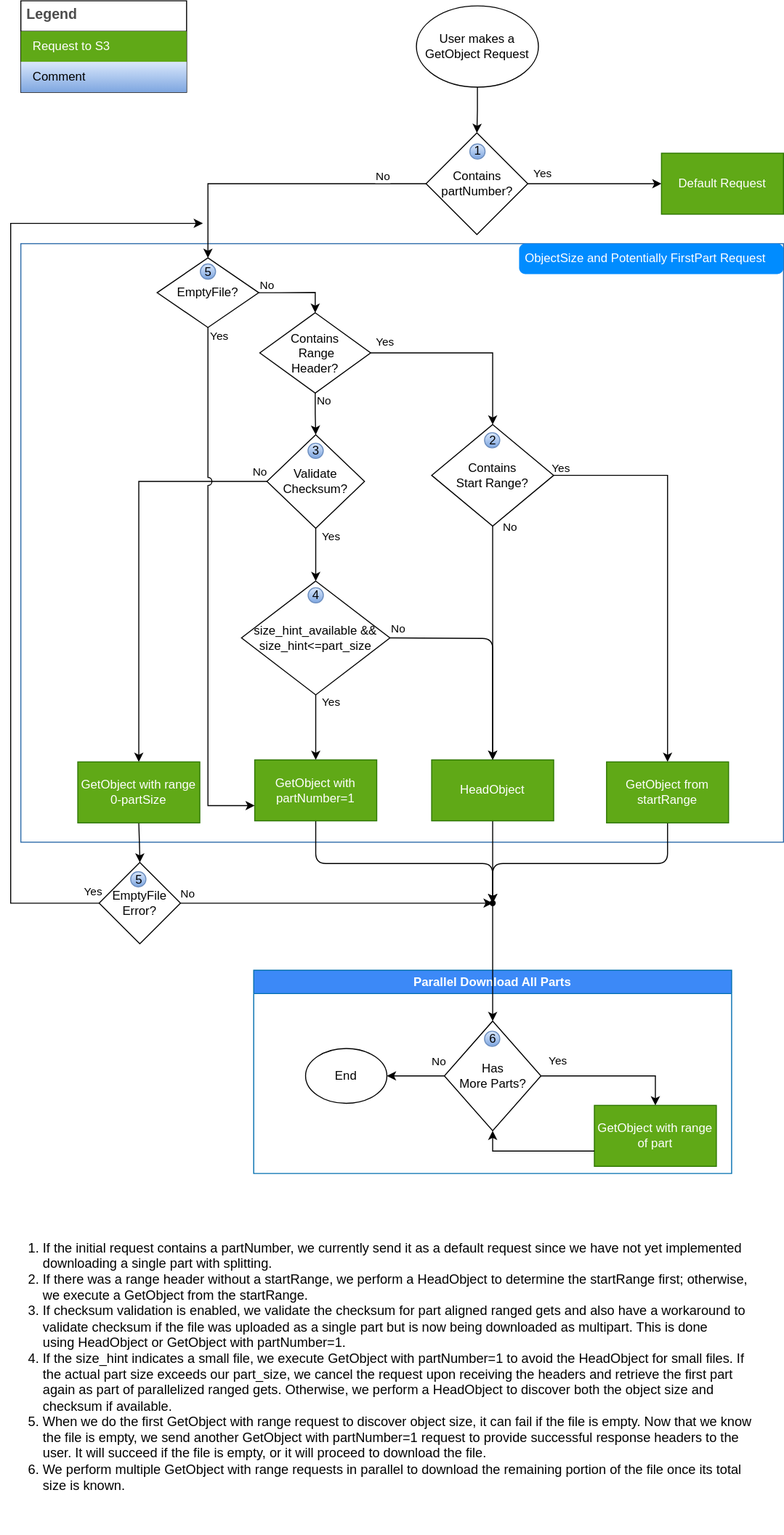
awslabs/aws-c-s3 keeps this draw.io diagram as docs/images/GetObjectFlow.svg. Above is the earlier version. Source tidied: cells renumbered, new cells last; positions are measured from the earlier drawing's top-left corner, leaving out a move shared by most shapes.
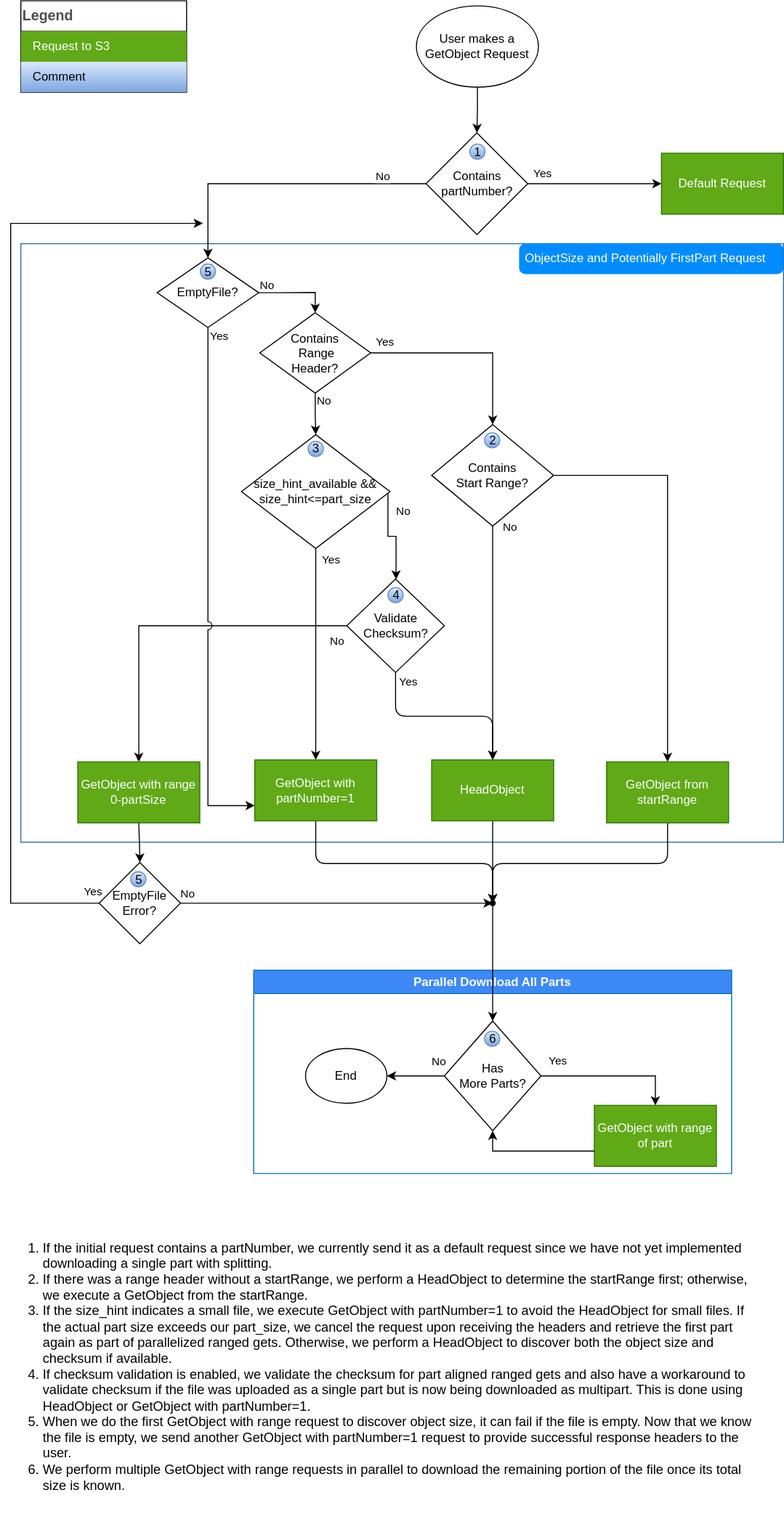
Above is the later version.

Commit message:
fix(auto-ranged-get): honor object_size_hint (#644)

Change to the diagram source:
```diff
@@ -10,2 +10,8 @@
     </mxCell>
+    <mxCell id="72" value="Validate Checksum?" style="rhombus;whiteSpace=wrap;html=1;" parent="2" vertex="1">
+      <mxGeometry x="320.5" y="330" width="96" height="92" as="geometry" />
+    </mxCell>
+    <mxCell id="73" value="4" style="shape=ellipse;fillColor=#dae8fc;strokeColor=#6c8ebf;html=1;gradientColor=#7ea6e0;" parent="2" vertex="1">
+      <mxGeometry x="361" y="338.4" width="15" height="15" as="geometry" />
+    </mxCell>
     <mxCell id="4" style="edgeStyle=orthogonalEdgeStyle;rounded=0;jettySize=auto;html=1;entryX=0.5;entryY=0;entryDx=0;entryDy=0;exitX=0.5;exitY=1;exitDx=0;exitDy=0;" parent="1" edge="1" source="5" target="40">
@@ -24,3 +30,3 @@
     </mxCell>
-    <mxCell id="8" value="Default Request" style="rounded=0;whiteSpace=wrap;html=1;fillColor=#60a917;strokeColor=#2D7600;fontColor=#ffffff;enumerate=0;enumerateValue=1;" parent="1" vertex="1">
+    <mxCell id="8" value="Default Request" style="rounded=0;whiteSpace=wrap;html=1;fillColor=#60a917;strokeColor=#2D7600;fontColor=#ffffff;" parent="1" vertex="1">
       <mxGeometry x="650" y="150" width="120" height="60" as="geometry" />
@@ -35,6 +41,13 @@
     </mxCell>
-    <mxCell id="11" style="edgeStyle=orthogonalEdgeStyle;rounded=0;jettySize=auto;html=1;" parent="1" edge="1" source="72" target="69">
-      <mxGeometry relative="1" as="geometry" />
+    <mxCell id="11" style="edgeStyle=orthogonalEdgeStyle;rounded=0;jettySize=auto;html=1;" parent="1" edge="1" target="72">
+      <mxGeometry relative="1" as="geometry">
+        <mxPoint x="380" y="483" as="sourcePoint" />
+        <Array as="points">
+          <mxPoint x="381" y="483" />
+          <mxPoint x="381" y="527" />
+          <mxPoint x="389" y="527" />
+        </Array>
+      </mxGeometry>
     </mxCell>
-    <mxCell id="12" value="Yes" style="edgeLabel;html=1;align=center;verticalAlign=middle;" parent="11" vertex="1">
+    <mxCell id="12" value="No" style="edgeLabel;html=1;align=center;verticalAlign=middle;" parent="11" vertex="1">
       <mxGeometry x="-0.48" y="2" relative="1" as="geometry">
@@ -51,7 +64,2 @@
     </mxCell>
-    <mxCell id="15" value="Yes" style="edgeLabel;html=1;align=center;verticalAlign=middle;" parent="13" vertex="1">
-      <mxGeometry x="-0.93" y="1" relative="1" as="geometry">
-        <mxPoint x="-7" y="-7" as="offset" />
-      </mxGeometry>
-    </mxCell>
     <mxCell id="16" style="edgeStyle=orthogonalEdgeStyle;rounded=0;jettySize=auto;html=1;" parent="1" edge="1" source="74" target="23">
@@ -69,13 +77,11 @@
       <mxGeometry x="-0.53" y="-1" relative="1" as="geometry">
-        <mxPoint x="15" y="-9" as="offset" />
+        <mxPoint x="15" y="-39" as="offset" />
       </mxGeometry>
     </mxCell>
-    <mxCell id="20" style="edgeStyle=orthogonalEdgeStyle;jettySize=auto;html=1;entryX=0.5;entryY=0;entryDx=0;entryDy=0;rounded=1;" parent="1" edge="1" target="23">
-      <mxGeometry relative="1" as="geometry">
-        <mxPoint x="383" y="627" as="sourcePoint" />
-      </mxGeometry>
+    <mxCell id="20" style="edgeStyle=orthogonalEdgeStyle;jettySize=auto;html=1;entryX=0.5;entryY=0;entryDx=0;entryDy=0;rounded=1;" parent="1" edge="1" source="72" target="23">
+      <mxGeometry relative="1" as="geometry" />
     </mxCell>
-    <mxCell id="21" value="No" style="edgeLabel;html=1;align=center;verticalAlign=middle;" parent="20" vertex="1">
+    <mxCell id="21" value="Yes" style="edgeLabel;html=1;align=center;verticalAlign=middle;" parent="20" vertex="1">
       <mxGeometry x="-0.63" y="3" relative="1" as="geometry">
-        <mxPoint x="-33" y="-7" as="offset" />
+        <mxPoint x="9" y="-25" as="offset" />
       </mxGeometry>
@@ -85,3 +91,3 @@
     </mxCell>
-    <mxCell id="23" value="HeadObject" style="rounded=0;whiteSpace=wrap;html=1;fillColor=#60a917;fontColor=#ffffff;strokeColor=#2D7600;enumerate=0;enumerateValue=4;" parent="1" vertex="1">
+    <mxCell id="23" value="HeadObject" style="rounded=0;whiteSpace=wrap;html=1;fillColor=#60a917;fontColor=#ffffff;strokeColor=#2D7600;" parent="1" vertex="1">
       <mxGeometry x="424" y="747" width="120" height="60" as="geometry" />
@@ -96,3 +102,3 @@
     </mxCell>
-    <mxCell id="25" value="GetObject with partNumber=1" style="rounded=0;whiteSpace=wrap;html=1;fillColor=#60a917;fontColor=#ffffff;strokeColor=#2D7600;enumerate=0;enumerateValue=3;" parent="1" vertex="1">
+    <mxCell id="25" value="GetObject with partNumber=1" style="rounded=0;whiteSpace=wrap;html=1;fillColor=#60a917;fontColor=#ffffff;strokeColor=#2D7600;" parent="1" vertex="1">
       <mxGeometry x="250" y="747" width="120" height="60" as="geometry" />
@@ -107,6 +113,3 @@
     </mxCell>
-    <mxCell id="28" style="group;" parent="1" vertex="1">
-      <mxGeometry x="88" y="1165" width="480" height="220" as="geometry" />
-    </mxCell>
-    <mxCell id="29" value="Parallel Download All Parts" style="swimlane;whiteSpace=wrap;html=1;fillColor=#3c89f7;fontColor=#ffffff;strokeColor=#006EAF;direction=east;fixDash=0;fixedWidth=1;swimlaneHead=1;" parent="1" vertex="1">
+    <mxCell id="29" value="Parallel Download All Parts" style="swimlane;whiteSpace=wrap;html=1;fillColor=#3c89f7;fontColor=#ffffff;strokeColor=#006EAF;direction=east;swimlaneHead=1;" parent="1" vertex="1">
       <mxGeometry x="249" y="954" width="470" height="200" as="geometry" />
@@ -121,6 +124,6 @@
     </mxCell>
-    <mxCell id="32" value="6" style="shape=ellipse;fillColor=#dae8fc;strokeColor=#6c8ebf;html=1;sketch=0;gradientColor=#7ea6e0;" parent="31" vertex="1">
+    <mxCell id="32" value="6" style="shape=ellipse;fillColor=#dae8fc;strokeColor=#6c8ebf;html=1;gradientColor=#7ea6e0;" parent="31" vertex="1">
       <mxGeometry x="39.5" y="10" width="15" height="15" as="geometry" />
     </mxCell>
-    <mxCell id="33" value="GetObject with range of part" style="rounded=0;whiteSpace=wrap;html=1;fillColor=#60a917;fontColor=#ffffff;strokeColor=#2D7600;enumerate=0;enumerateValue=6;" parent="29" vertex="1">
+    <mxCell id="33" value="GetObject with range of part" style="rounded=0;whiteSpace=wrap;html=1;fillColor=#60a917;fontColor=#ffffff;strokeColor=#2D7600;" parent="29" vertex="1">
       <mxGeometry x="335" y="133" width="120" height="60" as="geometry" />
@@ -141,3 +144,3 @@
     </mxCell>
-    <mxCell id="38" value="&lt;ol style=&quot;font-size: 13px;&quot;&gt;&lt;li style=&quot;&quot;&gt;&lt;font style=&quot;font-size: 13px;&quot;&gt;If the initial request contains a partNumber, we currently send it as a default request since we have not yet implemented downloading a single part with splitting.&lt;/font&gt;&lt;/li&gt;&lt;li style=&quot;&quot;&gt;&lt;font style=&quot;font-size: 13px;&quot;&gt;If there was a range header without a startRange, we perform a&amp;nbsp;HeadObject&amp;nbsp;to determine the startRange first; otherwise, we execute a GetObject from the startRange.&lt;/font&gt;&lt;/li&gt;&lt;li style=&quot;&quot;&gt;&lt;font style=&quot;font-size: 13px;&quot;&gt;If checksum validation is enabled, we validate the checksum for part aligned ranged gets and also have a workaround to validate checksum if the file was uploaded as a single part but is now being downloaded as multipart. This is done using&amp;nbsp;HeadObject&amp;nbsp;or GetObject with partNumber=1.&lt;br&gt;&lt;/font&gt;&lt;/li&gt;&lt;li style=&quot;&quot;&gt;&lt;font style=&quot;font-size: 13px;&quot;&gt;If the size_hint indicates a small file, we execute GetObject with partNumber=1 to avoid the&amp;nbsp;HeadObject&amp;nbsp;for small files. If the actual part size exceeds our part_size, we cancel the request upon receiving the headers and retrieve the first part again as part of parallelized ranged gets. Otherwise, we perform a&amp;nbsp;HeadObject&amp;nbsp;to discover both the object size and checksum if available.&lt;/font&gt;&lt;/li&gt;&lt;li style=&quot;&quot;&gt;&lt;font style=&quot;font-size: 13px;&quot;&gt;When we do the first GetObject with range request to discover object size, it can fail if the file is empty. Now that we know the file is empty, we send another GetObject with partNumber=1 request to provide successful response headers to the user. It will succeed if the file is empty, or it will proceed to download the file.&lt;br&gt;&lt;/font&gt;&lt;/li&gt;&lt;li style=&quot;&quot;&gt;&lt;font style=&quot;font-size: 13px;&quot;&gt;We perform multiple GetObject with range requests in parallel to download the remaining portion of the file once its total size is known.&lt;br&gt;&lt;/font&gt;&lt;/li&gt;&lt;/ol&gt;" style="text;strokeColor=none;fillColor=none;html=1;whiteSpace=wrap;verticalAlign=middle;overflow=hidden;align=left;labelPosition=center;verticalLabelPosition=middle;" parent="1" vertex="1">
+    <mxCell id="38" value="&lt;ol style=&quot;font-size: 13px;&quot;&gt;&lt;li&gt;If the initial request contains a partNumber, we currently send it as a default request since we have not yet implemented downloading a single part with splitting.&lt;/li&gt;&lt;li&gt;If there was a range header without a startRange, we perform a HeadObject to determine the startRange first; otherwise, we execute a GetObject from the startRange.&lt;/li&gt;&lt;li&gt;If the size_hint indicates a small file, we execute GetObject with partNumber=1 to avoid the HeadObject for small files. If the actual part size exceeds our part_size, we cancel the request upon receiving the headers and retrieve the first part again as part of parallelized ranged gets. Otherwise, we perform a HeadObject to discover both the object size and checksum if available.&lt;/li&gt;&lt;li&gt;If checksum validation is enabled, we validate the checksum for part aligned ranged gets and also have a workaround to validate checksum if the file was uploaded as a single part but is now being downloaded as multipart. This is done using HeadObject or GetObject with partNumber=1.&lt;/li&gt;&lt;li&gt;When we do the first GetObject with range request to discover object size, it can fail if the file is empty. Now that we know the file is empty, we send another GetObject with partNumber=1 request to provide successful response headers to the user.&lt;/li&gt;&lt;li&gt;We perform multiple GetObject with range requests in parallel to download the remaining portion of the file once its total size is known.&lt;/li&gt;&lt;/ol&gt;" style="text;strokeColor=none;fillColor=none;html=1;whiteSpace=wrap;verticalAlign=middle;overflow=hidden;align=left;" parent="1" vertex="1">
       <mxGeometry y="1179" width="740" height="330" as="geometry" />
@@ -147,7 +150,7 @@
     </mxCell>
-    <mxCell id="40" value="Contains &lt;br&gt;partNumber?" style="rhombus;whiteSpace=wrap;html=1;enumerate=0;enumerateValue=1;" parent="39" vertex="1">
+    <mxCell id="40" value="Contains &lt;br&gt;partNumber?" style="rhombus;whiteSpace=wrap;html=1;" parent="39" vertex="1">
       <mxGeometry width="100" height="100" as="geometry" />
     </mxCell>
-    <mxCell id="41" value="1" style="shape=ellipse;fillColor=#dae8fc;strokeColor=#6c8ebf;html=1;sketch=0;gradientColor=#7ea6e0;" parent="39" vertex="1">
-      <mxGeometry x="43" y="10.8" width="15" height="15" as="geometry" />
+    <mxCell id="41" value="1" style="shape=ellipse;fillColor=#dae8fc;strokeColor=#6c8ebf;html=1;gradientColor=#7ea6e0;" parent="39" vertex="1">
+      <mxGeometry x="43" y="11" width="15" height="15" as="geometry" />
     </mxCell>
@@ -159,3 +162,3 @@
     </mxCell>
-    <mxCell id="44" value="5" style="shape=ellipse;fillColor=#dae8fc;strokeColor=#6c8ebf;html=1;sketch=0;gradientColor=#7ea6e0;" parent="42" vertex="1">
+    <mxCell id="44" value="5" style="shape=ellipse;fillColor=#dae8fc;strokeColor=#6c8ebf;html=1;gradientColor=#7ea6e0;" parent="42" vertex="1">
       <mxGeometry x="31" y="9" width="15" height="15" as="geometry" />
@@ -170,18 +173,18 @@
     </mxCell>
-    <mxCell id="47" value="Legend" style="shape=table;startSize=30;fontSize=14;align=left;verticalAlign=top;fillColor=none;strokeColor=default;fontColor=#4D4D4D;fontStyle=1;spacingLeft=6;spacing=0;" parent="1" vertex="1">
+    <mxCell id="47" value="Legend" style="shape=table;startSize=30;fontSize=14;align=left;verticalAlign=top;fillColor=none;strokeColor=default;fontColor=#4D4D4D;fontStyle=1;" parent="1" vertex="1">
       <mxGeometry x="20" width="163" height="90" as="geometry" />
     </mxCell>
-    <mxCell id="48" style="shape=tableRow;horizontal=0;startSize=0;swimlaneHead=0;swimlaneBody=0;strokeColor=inherit;top=0;left=0;bottom=0;right=0;fillColor=none;fontSize=12;" parent="47" vertex="1">
+    <mxCell id="48" style="shape=tableRow;horizontal=0;startSize=0;swimlaneHead=0;swimlaneBody=0;strokeColor=inherit;top=0;left=0;bottom=0;right=0;fillColor=none;" parent="47" vertex="1">
       <mxGeometry y="30" width="163" height="30" as="geometry" />
     </mxCell>
-    <mxCell id="49" value="Request to S3" style="shape=partialRectangle;html=1;whiteSpace=wrap;strokeColor=#2D7600;overflow=hidden;fillColor=#60a917;top=0;left=0;bottom=0;right=0;fontSize=12;align=left;spacingLeft=10;spacingRight=4;fontColor=#ffffff;" parent="48" vertex="1">
+    <mxCell id="49" value="Request to S3" style="shape=partialRectangle;html=1;whiteSpace=wrap;strokeColor=#2D7600;overflow=hidden;fillColor=#60a917;top=0;left=0;bottom=0;right=0;fontColor=#ffffff;align=left;spacingLeft=10;" parent="48" vertex="1">
       <mxGeometry width="163" height="30" as="geometry" />
     </mxCell>
-    <mxCell id="50" style="shape=tableRow;horizontal=0;startSize=0;swimlaneHead=0;swimlaneBody=0;strokeColor=inherit;top=0;left=0;bottom=0;right=0;fillColor=none;fontSize=12;" parent="47" vertex="1">
+    <mxCell id="50" style="shape=tableRow;horizontal=0;startSize=0;swimlaneHead=0;swimlaneBody=0;strokeColor=inherit;top=0;left=0;bottom=0;right=0;fillColor=none;" parent="47" vertex="1">
       <mxGeometry y="60" width="163" height="30" as="geometry" />
     </mxCell>
-    <mxCell id="51" value="Comment" style="shape=partialRectangle;html=1;whiteSpace=wrap;strokeColor=#6c8ebf;overflow=hidden;fillColor=#dae8fc;top=0;left=0;bottom=0;right=0;fontSize=12;align=left;spacingLeft=10;spacingRight=4;gradientColor=#7ea6e0;" parent="50" vertex="1">
+    <mxCell id="51" value="Comment" style="shape=partialRectangle;html=1;whiteSpace=wrap;strokeColor=#6c8ebf;overflow=hidden;fillColor=#dae8fc;top=0;left=0;bottom=0;right=0;gradientColor=#7ea6e0;align=left;spacingLeft=10;" parent="50" vertex="1">
       <mxGeometry width="163" height="30" as="geometry" />
     </mxCell>
-    <mxCell id="52" style="edgeStyle=orthogonalEdgeStyle;rounded=0;jettySize=auto;html=1;entryX=0.5;entryY=0;entryDx=0;entryDy=0;" parent="1" edge="1" source="62" target="72">
+    <mxCell id="52" style="edgeStyle=orthogonalEdgeStyle;rounded=0;jettySize=auto;html=1;entryX=0.5;entryY=0;entryDx=0;entryDy=0;" parent="1" edge="1" source="62" target="69">
       <mxGeometry relative="1" as="geometry" />
@@ -215,3 +218,3 @@
       <mxGeometry x="-0.86" y="2" relative="1" as="geometry">
-        <mxPoint x="20" y="-12" as="offset" />
+        <mxPoint x="14" y="12" as="offset" />
       </mxGeometry>
@@ -226,3 +229,3 @@
     </mxCell>
-    <mxCell id="61" value="GetObject with range 0-partSize" style="rounded=0;whiteSpace=wrap;html=1;fillColor=#60a917;fontColor=#ffffff;strokeColor=#2D7600;enumerate=0;enumerateValue=2;" parent="1" vertex="1">
+    <mxCell id="61" value="GetObject with range 0-partSize" style="rounded=0;whiteSpace=wrap;html=1;fillColor=#60a917;fontColor=#ffffff;strokeColor=#2D7600;" parent="1" vertex="1">
       <mxGeometry x="76" y="749" width="120" height="60" as="geometry" />
@@ -243,3 +246,3 @@
     </mxCell>
-    <mxCell id="66" value="5" style="shape=ellipse;fillColor=#dae8fc;strokeColor=#6c8ebf;html=1;sketch=0;gradientColor=#7ea6e0;" parent="1" vertex="1">
+    <mxCell id="66" value="5" style="shape=ellipse;fillColor=#dae8fc;strokeColor=#6c8ebf;html=1;gradientColor=#7ea6e0;" parent="1" vertex="1">
       <mxGeometry x="196.5" y="259" width="15" height="15" as="geometry" />
@@ -254,20 +257,11 @@
     </mxCell>
-    <mxCell id="68" value="GetObject from startRange" style="rounded=0;whiteSpace=wrap;html=1;fillColor=#60a917;fontColor=#ffffff;strokeColor=#2D7600;enumerate=0;enumerateValue=5;" parent="1" vertex="1">
+    <mxCell id="68" value="GetObject from startRange" style="rounded=0;whiteSpace=wrap;html=1;fillColor=#60a917;fontColor=#ffffff;strokeColor=#2D7600;" parent="1" vertex="1">
       <mxGeometry x="596" y="749" width="120" height="60" as="geometry" />
     </mxCell>
-    <mxCell id="69" value="size_hint_available &amp;amp;&amp;amp; &lt;br&gt;size_hint&amp;lt;=part_size" style="rhombus;whiteSpace=wrap;html=1;enumerate=0;enumerateValue=4;" parent="1" vertex="1">
-      <mxGeometry x="237" y="571" width="146" height="112" as="geometry" />
+    <mxCell id="69" value="size_hint_available &amp;&amp; &lt;br&gt;size_hint&lt;=part_size" style="rhombus;whiteSpace=wrap;html=1;" parent="1" vertex="1">
+      <mxGeometry x="237" y="427" width="146" height="112" as="geometry" />
     </mxCell>
-    <mxCell id="70" value="4" style="shape=ellipse;fillColor=#dae8fc;strokeColor=#6c8ebf;html=1;sketch=0;gradientColor=#7ea6e0;" parent="1" vertex="1">
-      <mxGeometry x="302.5" y="577.5" width="15" height="15" as="geometry" />
+    <mxCell id="70" value="3" style="shape=ellipse;fillColor=#dae8fc;strokeColor=#6c8ebf;html=1;gradientColor=#7ea6e0;" parent="1" vertex="1">
+      <mxGeometry x="302.5" y="433.5" width="15" height="15" as="geometry" />
     </mxCell>
-    <mxCell id="71" style="edgeStyle=orthogonalEdgeStyle;rounded=0;orthogonalLoop=1;jettySize=auto;html=1;exitX=0.5;exitY=1;exitDx=0;exitDy=0;" parent="1" edge="1" source="70" target="70">
-      <mxGeometry relative="1" as="geometry" />
-    </mxCell>
-    <mxCell id="72" value="Validate Checksum?" style="rhombus;whiteSpace=wrap;html=1;" parent="1" vertex="1">
-      <mxGeometry x="262" y="427" width="96" height="92" as="geometry" />
-    </mxCell>
-    <mxCell id="73" value="3" style="shape=ellipse;fillColor=#dae8fc;strokeColor=#6c8ebf;html=1;sketch=0;gradientColor=#7ea6e0;" parent="1" vertex="1">
-      <mxGeometry x="302.4" y="435.4" width="15" height="15" as="geometry" />
-    </mxCell>
     <mxCell id="74" value="Contains &lt;br&gt;Start Range?" style="rhombus;whiteSpace=wrap;html=1;" parent="1" vertex="1">
@@ -275,3 +269,3 @@
     </mxCell>
-    <mxCell id="75" value="2" style="shape=ellipse;fillColor=#dae8fc;strokeColor=#6c8ebf;html=1;sketch=0;gradientColor=#7ea6e0;" parent="1" vertex="1">
+    <mxCell id="75" value="2" style="shape=ellipse;fillColor=#dae8fc;strokeColor=#6c8ebf;html=1;gradientColor=#7ea6e0;" parent="1" vertex="1">
       <mxGeometry x="476" y="425" width="15" height="15" as="geometry" />
```
